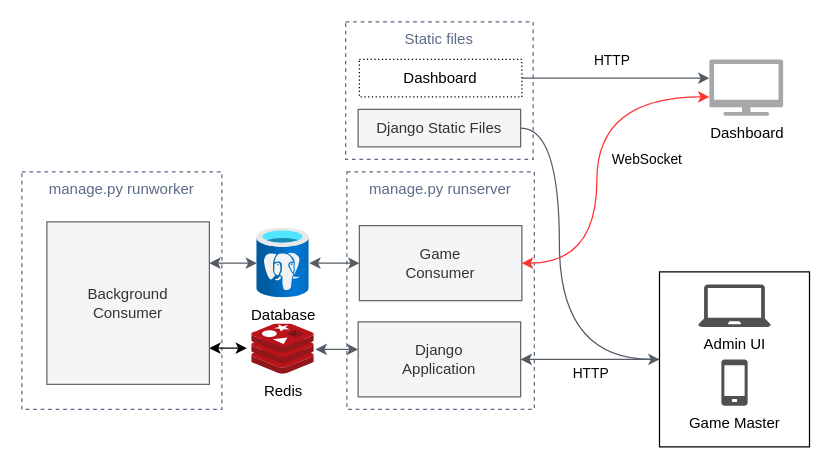
Before: docs/architecture.drawio in zcmander/ytmusicquiz, a draw.io diagram. Source tidied: cells renumbered, new cells numbered last; positions are measured from the earlier drawing's top-left corner, leaving out a move shared by most shapes. Both pictures are drawn from the tidied source at 125%, with x=0, y=0 at pixel (21, 21).
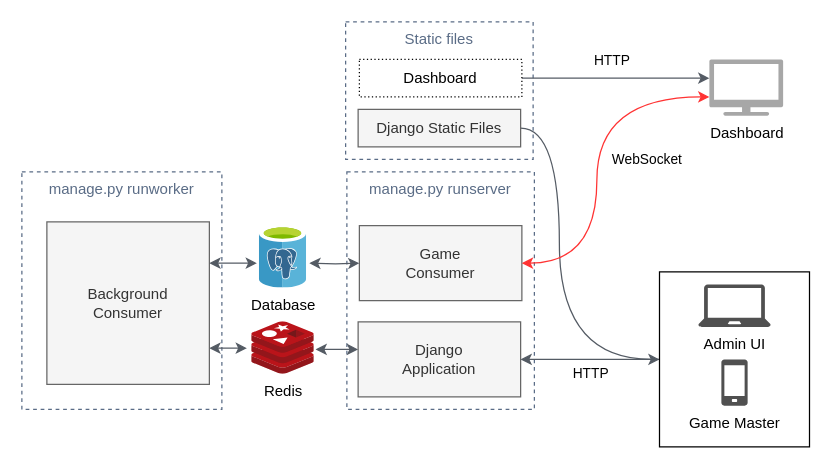
After the change.

Commit message (it also covers changes not shown here):
Fix arrow color

Unchanged cells that the change refers to:
```xml
<mxCell id="7" value="Game&lt;br&gt;Consumer" style="rounded=0;whiteSpace=wrap;html=1;fillColor=#f5f5f5;strokeColor=#666666;fontColor=#333333;" parent="1" vertex="1">
  <mxGeometry x="270" y="163" width="130" height="60" as="geometry" />
</mxCell>
<mxCell id="9" value="Background&lt;br&gt;Consumer" style="rounded=0;whiteSpace=wrap;html=1;fillColor=#f5f5f5;strokeColor=#666666;fontColor=#333333;" parent="1" vertex="1">
  <mxGeometry x="20" y="160" width="130" height="130" as="geometry" />
</mxCell>
```

The edit, as a diff of the source:
```diff
@@
-    <mxCell id="8" style="edgeStyle=orthogonalEdgeStyle;rounded=0;jettySize=auto;html=1;startArrow=classic;startFill=1;" parent="1" edge="1" source="9">
+    <mxCell id="8" style="edgeStyle=orthogonalEdgeStyle;rounded=0;jettySize=auto;html=1;startArrow=classic;startFill=1;strokeColor=#545B64;" parent="1" edge="1" source="9">
       <mxGeometry relative="1" as="geometry">
         <mxPoint x="180" y="261" as="targetPoint" />
         <Array as="points">
           <mxPoint x="85" y="270" />
         </Array>
       </mxGeometry>
     </mxCell>
@@
-    <mxCell id="14" style="edgeStyle=orthogonalEdgeStyle;rounded=0;jettySize=auto;html=1;startArrow=classic;startFill=1;strokeColor=#545B64;" parent="1" edge="1" source="16" target="7">
-      <mxGeometry relative="1" as="geometry" />
+    <mxCell id="14" style="edgeStyle=orthogonalEdgeStyle;rounded=0;jettySize=auto;html=1;startArrow=classic;startFill=1;strokeColor=#545B64;" parent="1" edge="1" target="7">
+      <mxGeometry relative="1" as="geometry">
+        <mxPoint x="230" y="193" as="sourcePoint" />
+      </mxGeometry>
     </mxCell>
@@
-    <mxCell id="16" value="Database" style="html=1;points=[];align=center;image;fontSize=12;image=img/lib/azure2/databases/Azure_Database_PostgreSQL_Server.svg;" parent="1" vertex="1">
-      <mxGeometry x="188" y="165" width="42" height="56" as="geometry" />
-    </mxCell>
@@
+    <mxCell id="16" value="Database" style="html=1;points=[];align=center;image;fontSize=12;image=img/lib/mscae/Azure_Database_for_PostgreSQL_servers.svg;rounded=0;" parent="1" vertex="1">
+      <mxGeometry x="190" y="163" width="38" height="50" as="geometry" />
+    </mxCell>
```
